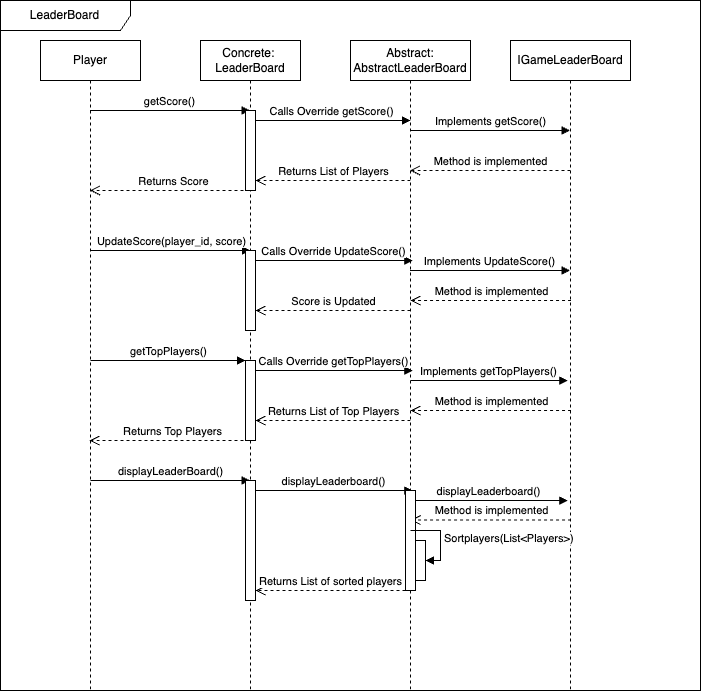
Before: iteration1_deliverables/sequence_diagrams/sequence_diagram_leaderboard.png, a diagram exported from draw.io (SarimEkram/Multiplayer-Board-platform). Source tidied: cells renumbered, new cells last; positions are measured from the earlier drawing's top-left corner, leaving out a move shared by most shapes. Source of this version:
```xml
<mxGraphModel>
  <root>
    <mxCell id="0" />
    <mxCell id="1" parent="0" />
    <mxCell id="2" value="Abstract: AbstractLeaderBoard" style="shape=umlLifeline;perimeter=lifelinePerimeter;whiteSpace=wrap;html=1;newEdgeStyle={&quot;curved&quot;:0,&quot;rounded&quot;:0};" parent="1" vertex="1">
      <mxGeometry x="350" y="40" width="120" height="650" as="geometry" />
    </mxCell>
    <mxCell id="3" value="Concrete:&amp;nbsp;&lt;div&gt;LeaderBoard&lt;/div&gt;" style="shape=umlLifeline;perimeter=lifelinePerimeter;whiteSpace=wrap;html=1;outlineConnect=0;portConstraint=eastwest;newEdgeStyle={&quot;curved&quot;:0,&quot;rounded&quot;:0};" parent="1" vertex="1">
      <mxGeometry x="200" y="40" width="100" height="650" as="geometry" />
    </mxCell>
    <mxCell id="4" value="IGameLeaderBoard" style="shape=umlLifeline;perimeter=lifelinePerimeter;whiteSpace=wrap;html=1;newEdgeStyle={&quot;curved&quot;:0,&quot;rounded&quot;:0};" parent="1" vertex="1">
      <mxGeometry x="510" y="40" width="120" height="650" as="geometry" />
    </mxCell>
    <mxCell id="5" value="Player" style="shape=umlLifeline;perimeter=lifelinePerimeter;whiteSpace=wrap;html=1;outlineConnect=0;portConstraint=eastwest;newEdgeStyle={&quot;curved&quot;:0,&quot;rounded&quot;:0};" parent="1" vertex="1">
      <mxGeometry x="40" y="40" width="100" height="650" as="geometry" />
    </mxCell>
    <mxCell id="6" value="LeaderBoard" style="shape=umlFrame;whiteSpace=wrap;html=1;width=130;height=30;" parent="1" vertex="1">
      <mxGeometry width="700" height="690" as="geometry" />
    </mxCell>
    <mxCell id="7" value="getScore()" style="html=1;verticalAlign=bottom;endArrow=block;curved=0;rounded=0;" parent="1" edge="1" source="5">
      <mxGeometry relative="1" as="geometry">
        <mxPoint x="249.5" y="110" as="targetPoint" />
      </mxGeometry>
    </mxCell>
    <mxCell id="8" value="Calls Override getScore()" style="html=1;verticalAlign=bottom;endArrow=block;curved=0;rounded=0;" parent="1" edge="1">
      <mxGeometry x="-0.01" relative="1" as="geometry">
        <mxPoint x="252.8" y="120" as="sourcePoint" />
        <mxPoint x="410" y="120" as="targetPoint" />
      </mxGeometry>
    </mxCell>
    <mxCell id="9" style="html=1;verticalAlign=bottom;endArrow=block;curved=0;rounded=0;" parent="1" edge="1" target="10">
      <mxGeometry relative="1" as="geometry">
        <mxPoint x="249.4" y="130" as="sourcePoint" />
      </mxGeometry>
    </mxCell>
    <mxCell id="10" style="html=1;points=[[0,0,0,0,5],[0,1,0,0,-5],[1,0,0,0,5],[1,1,0,0,-5]];perimeter=orthogonalPerimeter;outlineConnect=0;targetShapes=umlLifeline;portConstraint=eastwest;newEdgeStyle={&quot;curved&quot;:0,&quot;rounded&quot;:0};" parent="1" vertex="1">
      <mxGeometry x="245" y="110" width="10" height="80" as="geometry" />
    </mxCell>
    <mxCell id="11" value="Implements getScore()" style="html=1;verticalAlign=bottom;endArrow=block;curved=0;rounded=0;" parent="1" edge="1">
      <mxGeometry relative="1" as="geometry">
        <mxPoint x="410" y="130" as="sourcePoint" />
        <mxPoint x="569.5" y="130" as="targetPoint" />
      </mxGeometry>
    </mxCell>
    <mxCell id="12" value="Method is implemented" style="html=1;verticalAlign=bottom;endArrow=open;dashed=1;endSize=8;curved=0;rounded=0;" parent="1" edge="1">
      <mxGeometry relative="1" as="geometry">
        <mxPoint x="570" y="170" as="sourcePoint" />
        <mxPoint x="409.4" y="170" as="targetPoint" />
      </mxGeometry>
    </mxCell>
    <mxCell id="13" value="Returns List of Players" style="html=1;verticalAlign=bottom;endArrow=open;dashed=1;endSize=8;curved=0;rounded=0;" parent="1" edge="1">
      <mxGeometry relative="1" as="geometry">
        <mxPoint x="410" y="180" as="sourcePoint" />
        <mxPoint x="255" y="180" as="targetPoint" />
      </mxGeometry>
    </mxCell>
    <mxCell id="14" value="Returns Score" style="html=1;verticalAlign=bottom;endArrow=open;dashed=1;endSize=8;curved=0;rounded=0;" parent="1" edge="1" target="5">
      <mxGeometry relative="1" as="geometry">
        <mxPoint x="255" y="190" as="sourcePoint" />
      </mxGeometry>
    </mxCell>
    <mxCell id="15" value="UpdateScore(player_id, score)" style="html=1;verticalAlign=bottom;endArrow=block;curved=0;rounded=0;" parent="1" edge="1" source="5">
      <mxGeometry relative="1" as="geometry">
        <mxPoint x="250" y="250" as="targetPoint" />
      </mxGeometry>
    </mxCell>
    <mxCell id="16" style="html=1;perimeter=orthogonalPerimeter;targetShapes=umlLifeline;newEdgeStyle={&quot;curved&quot;:0,&quot;rounded&quot;:0};" parent="1" vertex="1">
      <mxGeometry x="245" y="250" width="10" height="80" as="geometry" />
    </mxCell>
    <mxCell id="17" value="Calls Override UpdateScore()" style="html=1;verticalAlign=bottom;endArrow=block;curved=0;rounded=0;" parent="1" edge="1">
      <mxGeometry x="-0.01" relative="1" as="geometry">
        <mxPoint x="255" y="260" as="sourcePoint" />
        <mxPoint x="412.2" y="260" as="targetPoint" />
      </mxGeometry>
    </mxCell>
    <mxCell id="18" value="Implements UpdateScore()" style="html=1;verticalAlign=bottom;endArrow=block;curved=0;rounded=0;" parent="1" edge="1">
      <mxGeometry relative="1" as="geometry">
        <mxPoint x="409.4" y="270" as="sourcePoint" />
        <mxPoint x="569.5" y="270" as="targetPoint" />
      </mxGeometry>
    </mxCell>
    <mxCell id="19" value="Method is implemented" style="html=1;verticalAlign=bottom;endArrow=open;dashed=1;endSize=8;curved=0;rounded=0;" parent="1" edge="1">
      <mxGeometry relative="1" as="geometry">
        <mxPoint x="570.5" y="300" as="sourcePoint" />
        <mxPoint x="410" y="300" as="targetPoint" />
      </mxGeometry>
    </mxCell>
    <mxCell id="20" value="Score is Updated" style="html=1;verticalAlign=bottom;endArrow=open;dashed=1;endSize=8;curved=0;rounded=0;" parent="1" edge="1">
      <mxGeometry x="-0.01" relative="1" as="geometry">
        <mxPoint x="410" y="310" as="sourcePoint" />
        <mxPoint x="255" y="310" as="targetPoint" />
      </mxGeometry>
    </mxCell>
    <mxCell id="21" value="getTopPlayers()" style="html=1;verticalAlign=bottom;endArrow=block;curved=0;rounded=0;" parent="1" edge="1">
      <mxGeometry relative="1" as="geometry">
        <mxPoint x="90" y="360" as="sourcePoint" />
        <mxPoint x="245" y="360" as="targetPoint" />
      </mxGeometry>
    </mxCell>
    <mxCell id="22" style="html=1;perimeter=orthogonalPerimeter;targetShapes=umlLifeline;newEdgeStyle={&quot;curved&quot;:0,&quot;rounded&quot;:0};" parent="1" vertex="1">
      <mxGeometry x="245" y="360" width="10" height="80" as="geometry" />
    </mxCell>
    <mxCell id="23" value="Calls Override getTopPlayers()" style="html=1;verticalAlign=bottom;endArrow=block;curved=0;rounded=0;" parent="1" edge="1">
      <mxGeometry x="-0.01" relative="1" as="geometry">
        <mxPoint x="255" y="370" as="sourcePoint" />
        <mxPoint x="412.2" y="370" as="targetPoint" />
      </mxGeometry>
    </mxCell>
    <mxCell id="24" value="Implements getTopPlayers()" style="html=1;verticalAlign=bottom;endArrow=block;curved=0;rounded=0;" parent="1" edge="1">
      <mxGeometry x="-0.01" relative="1" as="geometry">
        <mxPoint x="410" y="380" as="sourcePoint" />
        <mxPoint x="567.2" y="380" as="targetPoint" />
      </mxGeometry>
    </mxCell>
    <mxCell id="25" value="Method is implemented" style="html=1;verticalAlign=bottom;endArrow=open;dashed=1;endSize=8;curved=0;rounded=0;" parent="1" edge="1">
      <mxGeometry relative="1" as="geometry">
        <mxPoint x="570.5" y="410" as="sourcePoint" />
        <mxPoint x="410" y="410" as="targetPoint" />
      </mxGeometry>
    </mxCell>
    <mxCell id="26" value="Returns List of Top Players" style="html=1;verticalAlign=bottom;endArrow=open;dashed=1;endSize=8;curved=0;rounded=0;" parent="1" edge="1">
      <mxGeometry x="-0.01" relative="1" as="geometry">
        <mxPoint x="410" y="420" as="sourcePoint" />
        <mxPoint x="255" y="420" as="targetPoint" />
      </mxGeometry>
    </mxCell>
    <mxCell id="27" value="Returns Top Players" style="html=1;verticalAlign=bottom;endArrow=open;dashed=1;endSize=8;curved=0;rounded=0;" parent="1" edge="1">
      <mxGeometry relative="1" as="geometry">
        <mxPoint x="255" y="440" as="sourcePoint" />
        <mxPoint x="89" y="440" as="targetPoint" />
      </mxGeometry>
    </mxCell>
    <mxCell id="28" value="displayLeaderBoard()" style="html=1;verticalAlign=bottom;endArrow=block;curved=0;rounded=0;" parent="1" edge="1" target="3">
      <mxGeometry relative="1" as="geometry">
        <mxPoint x="90" y="480" as="sourcePoint" />
      </mxGeometry>
    </mxCell>
    <mxCell id="29" style="html=1;points=[[0,0,0,0,5],[0,1,0,0,-5],[1,0,0,0,5],[1,1,0,0,-5]];perimeter=orthogonalPerimeter;outlineConnect=0;targetShapes=umlLifeline;portConstraint=eastwest;newEdgeStyle={&quot;curved&quot;:0,&quot;rounded&quot;:0};" parent="1" vertex="1">
      <mxGeometry x="245" y="480" width="10" height="120" as="geometry" />
    </mxCell>
    <mxCell id="30" value="displayLeaderboard()" style="html=1;verticalAlign=bottom;endArrow=block;curved=0;rounded=0;" parent="1" edge="1">
      <mxGeometry x="-0.01" relative="1" as="geometry">
        <mxPoint x="255" y="490" as="sourcePoint" />
        <mxPoint x="412.2" y="490" as="targetPoint" />
      </mxGeometry>
    </mxCell>
    <mxCell id="31" value="displayLeaderboard()" style="html=1;verticalAlign=bottom;endArrow=block;curved=0;rounded=0;" parent="1" edge="1">
      <mxGeometry x="-0.01" relative="1" as="geometry">
        <mxPoint x="410" y="500" as="sourcePoint" />
        <mxPoint x="567.2" y="500" as="targetPoint" />
      </mxGeometry>
    </mxCell>
    <mxCell id="32" value="Method is implemented" style="html=1;verticalAlign=bottom;endArrow=open;dashed=1;endSize=8;curved=0;rounded=0;" parent="1" edge="1">
      <mxGeometry relative="1" as="geometry">
        <mxPoint x="570.5" y="519.5" as="sourcePoint" />
        <mxPoint x="410" y="519.5" as="targetPoint" />
      </mxGeometry>
    </mxCell>
    <mxCell id="33" value="Returns List of sorted players" style="html=1;verticalAlign=bottom;endArrow=open;dashed=1;endSize=8;curved=0;rounded=0;" parent="1" edge="1" target="29">
      <mxGeometry x="-0.01" relative="1" as="geometry">
        <mxPoint x="405" y="590" as="sourcePoint" />
      </mxGeometry>
    </mxCell>
    <mxCell id="34" style="html=1;perimeter=orthogonalPerimeter;targetShapes=umlLifeline;newEdgeStyle={&quot;curved&quot;:0,&quot;rounded&quot;:0};" parent="1" vertex="1">
      <mxGeometry x="405" y="490" width="10" height="100" as="geometry" />
    </mxCell>
    <mxCell id="35" style="html=1;points=[[0,0,0,0,5],[0,1,0,0,-5],[1,0,0,0,5],[1,1,0,0,-5]];perimeter=orthogonalPerimeter;outlineConnect=0;targetShapes=umlLifeline;portConstraint=eastwest;newEdgeStyle={&quot;curved&quot;:0,&quot;rounded&quot;:0};" parent="1" vertex="1">
      <mxGeometry x="415" y="540" width="10" height="40" as="geometry" />
    </mxCell>
    <mxCell id="36" value="Sortplayers(List&amp;lt;Players&amp;gt;)" style="html=1;align=left;spacingLeft=2;endArrow=block;rounded=0;edgeStyle=orthogonalEdgeStyle;curved=0;rounded=0;" parent="1" edge="1" target="35">
      <mxGeometry relative="1" as="geometry">
        <mxPoint x="410" y="530" as="sourcePoint" />
        <Array as="points">
          <mxPoint x="440" y="560" />
        </Array>
      </mxGeometry>
    </mxCell>
  </root>
</mxGraphModel>
```
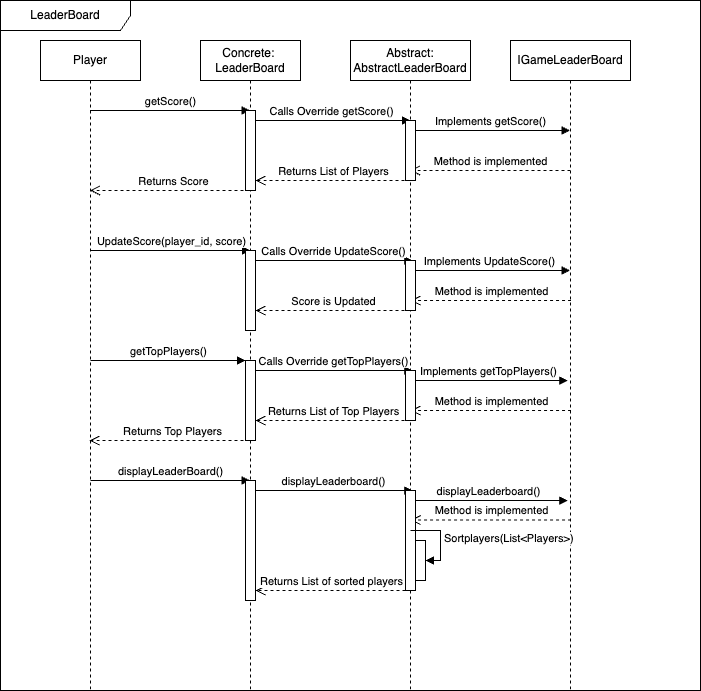
Later version of the same file.

What changed in the source:
```diff
@@ -175,5 +175,14 @@
         </Array>
       </mxGeometry>
     </mxCell>
+    <mxCell id="37" style="html=1;perimeter=orthogonalPerimeter;targetShapes=umlLifeline;newEdgeStyle={&quot;curved&quot;:0,&quot;rounded&quot;:0};" parent="1" vertex="1">
+      <mxGeometry x="405" y="120" width="10" height="60" as="geometry" />
+    </mxCell>
+    <mxCell id="38" style="html=1;perimeter=orthogonalPerimeter;targetShapes=umlLifeline;newEdgeStyle={&quot;curved&quot;:0,&quot;rounded&quot;:0};" parent="1" vertex="1">
+      <mxGeometry x="405" y="260" width="10" height="50" as="geometry" />
+    </mxCell>
+    <mxCell id="39" style="html=1;perimeter=orthogonalPerimeter;targetShapes=umlLifeline;newEdgeStyle={&quot;curved&quot;:0,&quot;rounded&quot;:0};" parent="1" vertex="1">
+      <mxGeometry x="405" y="370" width="10" height="50" as="geometry" />
+    </mxCell>
   </root>
 </mxGraphModel>
```
